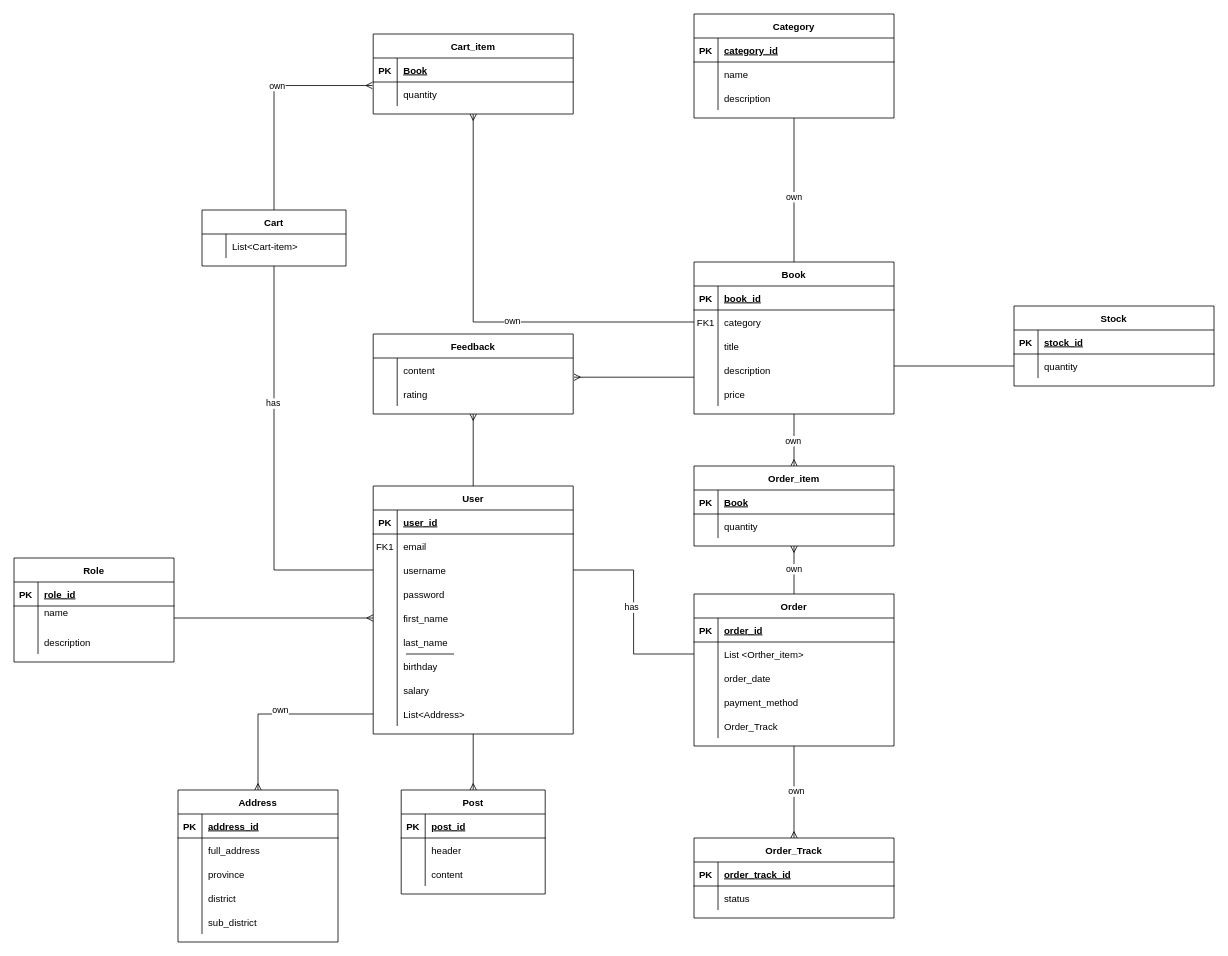
This is Untitled Diagram.drawio from Bisoo12300/web_project_ERD, a draw.io file, before an edit. Source tidied: cells renumbered, new cells numbered last; positions are measured from the earlier drawing's top-left corner, leaving out a move shared by most shapes. Both pictures are drawn from the tidied source at 80%, with x=0, y=0 at pixel (14, 14).
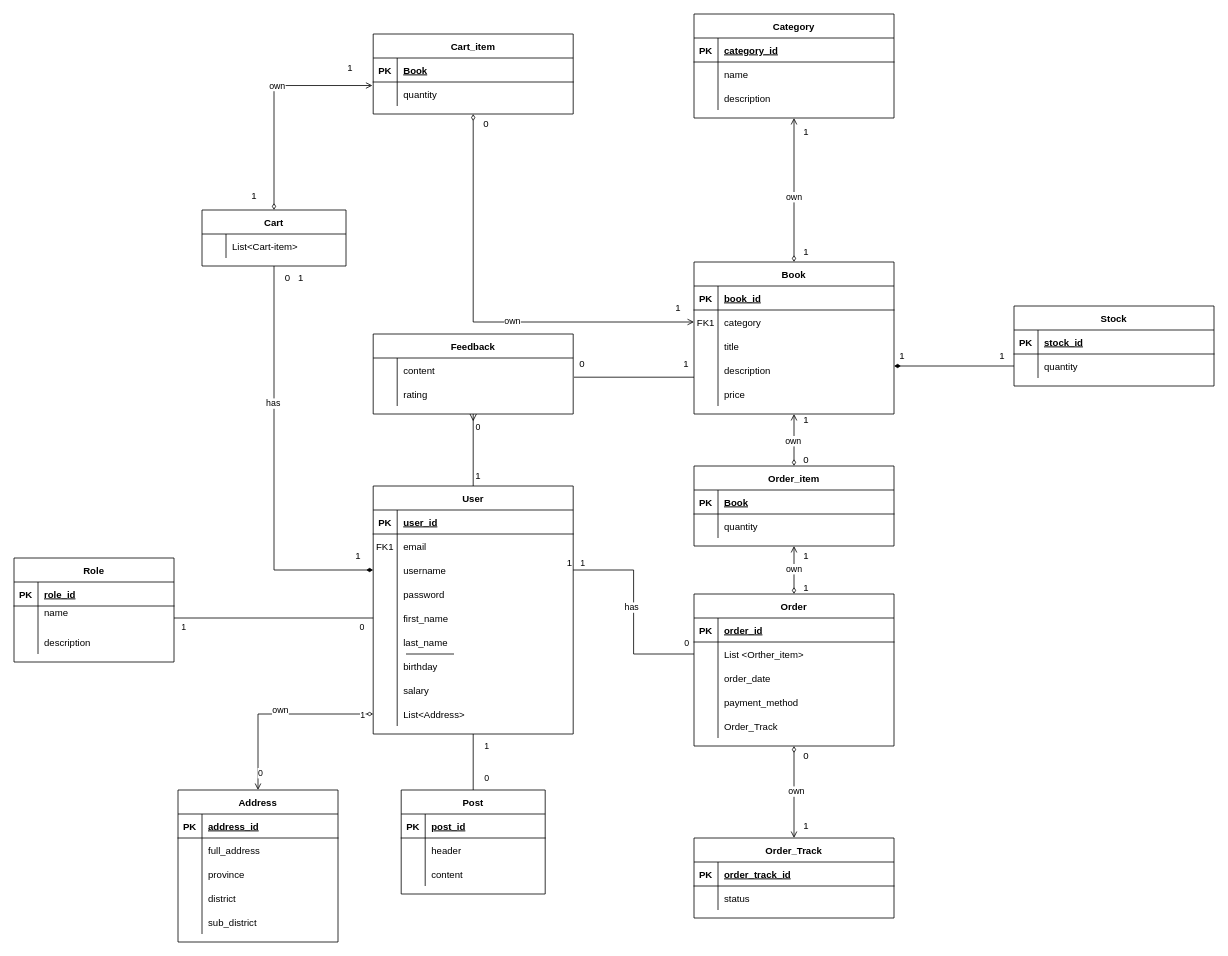
After the change.

Commit message:
tra lai nhu cu, dit me m nguyen

The change refers to these unchanged cells:
```xml
<mxCell id="2" value="User" style="shape=table;startSize=30;childLayout=tableLayout;rowLines=0;fontStyle=1;align=center;" parent="1" vertex="1">
  <mxGeometry x="449" y="590" width="250" height="310" as="geometry" />
</mxCell>
<mxCell id="9" style="shape=partialRectangle;fillColor=none;points=[[0,0.5],[1,0.5]];portConstraint=eastwest;top=0;left=0;right=0;bottom=0;" parent="2" vertex="1">
  <mxGeometry y="90" width="250" height="30" as="geometry" />
</mxCell>
<mxCell id="15" style="shape=partialRectangle;fillColor=none;points=[[0,0.5],[1,0.5]];portConstraint=eastwest;top=0;left=0;right=0;bottom=0;" parent="2" vertex="1">
  <mxGeometry y="150" width="250" height="30" as="geometry" />
</mxCell>
<mxCell id="27" style="shape=partialRectangle;fillColor=none;points=[[0,0.5],[1,0.5]];portConstraint=eastwest;top=0;left=0;right=0;bottom=0;" parent="2" vertex="1">
  <mxGeometry y="270" width="250" height="30" as="geometry" />
</mxCell>
<mxCell id="34" style="shape=partialRectangle;fillColor=none;points=[[0,0.5],[1,0.5]];portConstraint=eastwest;top=0;left=0;right=0;bottom=0;" parent="30" vertex="1">
  <mxGeometry y="60" width="200" height="30" as="geometry" />
</mxCell>
<mxCell id="40" value="Address" style="shape=table;startSize=30;childLayout=tableLayout;rowLines=0;fontStyle=1;align=center;" parent="1" vertex="1">
  <mxGeometry x="205" y="970" width="200" height="190" as="geometry" />
</mxCell>
<mxCell id="56" value="Post" style="shape=table;startSize=30;childLayout=tableLayout;rowLines=0;fontStyle=1;align=center;" parent="1" vertex="1">
  <mxGeometry x="484" y="970" width="180" height="130" as="geometry" />
</mxCell>
<mxCell id="73" value="Book" style="shape=table;startSize=30;childLayout=tableLayout;rowLines=0;fontStyle=1;align=center;" parent="1" vertex="1">
  <mxGeometry x="850" y="310" width="250" height="190" as="geometry" />
</mxCell>
<mxCell id="77" style="shape=partialRectangle;fillColor=none;points=[[0,0.5],[1,0.5]];portConstraint=eastwest;top=0;left=0;right=0;bottom=0;" parent="73" vertex="1">
  <mxGeometry y="60" width="250" height="30" as="geometry" />
</mxCell>
<mxCell id="89" value="Cart" style="shape=table;startSize=30;childLayout=tableLayout;rowLines=0;fontStyle=1;align=center;" parent="1" vertex="1">
  <mxGeometry x="235" y="245" width="180" height="70" as="geometry" />
</mxCell>
<mxCell id="93" value="Cart_item" style="shape=table;startSize=30;childLayout=tableLayout;rowLines=0;fontStyle=1;align=center;" parent="1" vertex="1">
  <mxGeometry x="449" y="25" width="250" height="100" as="geometry" />
</mxCell>
<mxCell id="97" style="shape=partialRectangle;fillColor=none;points=[[0,0.5],[1,0.5]];portConstraint=eastwest;top=0;left=0;right=0;bottom=0;" parent="93" vertex="1">
  <mxGeometry y="60" width="250" height="30" as="geometry" />
</mxCell>
<mxCell id="114" style="shape=partialRectangle;fillColor=none;points=[[0,0.5],[1,0.5]];portConstraint=eastwest;top=0;left=0;right=0;bottom=0;" parent="110" vertex="1">
  <mxGeometry y="60" width="250" height="30" as="geometry" />
</mxCell>
<mxCell id="117" value="Order_item" style="shape=table;startSize=30;childLayout=tableLayout;rowLines=0;fontStyle=1;align=center;" parent="1" vertex="1">
  <mxGeometry x="850" y="565" width="250" height="100" as="geometry" />
</mxCell>
<mxCell id="124" value="Order" style="shape=table;startSize=30;childLayout=tableLayout;rowLines=0;fontStyle=1;align=center;" parent="1" vertex="1">
  <mxGeometry x="850" y="725" width="250" height="190" as="geometry" />
</mxCell>
<mxCell id="140" value="Order_Track" style="shape=table;startSize=30;childLayout=tableLayout;rowLines=0;fontStyle=1;align=center;" parent="1" vertex="1">
  <mxGeometry x="850" y="1030" width="250" height="100" as="geometry" />
</mxCell>
<mxCell id="149" style="fontSize=12;html=1;endArrow=ERmany;rounded=0;exitX=0.5;exitY=0;exitDx=0;exitDy=0;entryX=0.5;entryY=1;entryDx=0;entryDy=0;" parent="1" edge="1" source="2" target="66">
  <mxGeometry relative="1" as="geometry" />
</mxCell>
<mxCell id="156" style="endArrow=none;html=1;rounded=0;entryX=1;entryY=0.5;entryDx=0;entryDy=0;exitX=0;exitY=0.5;exitDx=0;exitDy=0;edgeStyle=orthogonalEdgeStyle;" parent="1" edge="1" source="128" target="9">
  <mxGeometry relative="1" as="geometry" />
</mxCell>
```

The edit, as a diff of the source:
```diff
@@
-    <mxCell id="147" style="edgeStyle=orthogonalEdgeStyle;fontSize=12;html=1;endArrow=ERmany;rounded=0;startArrow=none;startFill=0;endFill=0;" parent="1" edge="1" source="27" target="40">
+    <mxCell id="147" style="edgeStyle=orthogonalEdgeStyle;fontSize=12;html=1;endArrow=open;rounded=0;startArrow=diamondThin;startFill=0;endFill=0;" parent="1" edge="1" source="27" target="40">
       <mxGeometry relative="1" as="geometry" />
     </mxCell>
@@
+    <mxCell id="171" value="0" style="edgeLabel;html=1;align=center;verticalAlign=middle;" parent="147" vertex="1">
+      <mxGeometry x="0.82" y="1" relative="1" as="geometry">
+        <mxPoint x="1" as="offset" />
+      </mxGeometry>
+    </mxCell>
+    <mxCell id="172" value="1" style="edgeLabel;html=1;align=center;verticalAlign=middle;" parent="147" vertex="1">
+      <mxGeometry x="-0.88" relative="1" as="geometry" />
+    </mxCell>
@@
+    <mxCell id="173" value="0" style="edgeLabel;html=1;align=center;verticalAlign=middle;" parent="149" vertex="1">
+      <mxGeometry x="0.69" y="-5" relative="1" as="geometry">
+        <mxPoint y="1" as="offset" />
+      </mxGeometry>
+    </mxCell>
-    <mxCell id="150" style="fontSize=12;html=1;endArrow=ERmany;endFill=0;rounded=0;exitX=0.5;exitY=1;exitDx=0;exitDy=0;entryX=0.5;entryY=0;entryDx=0;entryDy=0;startArrow=none;startFill=0;" parent="1" edge="1" source="124" target="140">
+    <mxCell id="150" style="fontSize=12;html=1;endArrow=open;endFill=0;rounded=0;exitX=0.5;exitY=1;exitDx=0;exitDy=0;entryX=0.5;entryY=0;entryDx=0;entryDy=0;startArrow=diamondThin;startFill=0;" parent="1" edge="1" source="124" target="140">
       <mxGeometry relative="1" as="geometry" />
     </mxCell>
@@
-    <mxCell id="152" style="fontSize=12;html=1;endArrow=ERmany;startArrow=none;rounded=0;entryX=0.5;entryY=1;entryDx=0;entryDy=0;exitX=0.5;exitY=0;exitDx=0;exitDy=0;startFill=0;endFill=0;" parent="1" edge="1" source="124" target="117">
+    <mxCell id="152" style="fontSize=12;html=1;endArrow=open;startArrow=diamondThin;rounded=0;entryX=0.5;entryY=1;entryDx=0;entryDy=0;exitX=0.5;exitY=0;exitDx=0;exitDy=0;startFill=0;endFill=0;" parent="1" edge="1" source="124" target="117">
       <mxGeometry relative="1" as="geometry" />
     </mxCell>
@@
-    <mxCell id="154" style="fontSize=12;html=1;endArrow=none;endFill=0;rounded=0;exitX=0.5;exitY=0;exitDx=0;exitDy=0;startArrow=ERmany;startFill=0;" parent="1" edge="1" source="117">
+    <mxCell id="154" style="fontSize=12;html=1;endArrow=open;endFill=0;rounded=0;exitX=0.5;exitY=0;exitDx=0;exitDy=0;startArrow=diamondThin;startFill=0;" parent="1" edge="1" source="117">
       <mxGeometry relative="1" as="geometry">
         <mxPoint x="975" y="500" as="targetPoint" />
       </mxGeometry>
     </mxCell>
@@
+    <mxCell id="174" value="1" style="html=1;whiteSpace=wrap;align=right;verticalAlign=bottom;" parent="156" vertex="1">
+      <mxGeometry x="1" relative="1" as="geometry" />
+    </mxCell>
@@
+    <mxCell id="175" value="1" style="edgeLabel;html=1;align=center;verticalAlign=middle;" parent="156" vertex="1">
+      <mxGeometry x="0.7" y="-3" relative="1" as="geometry">
+        <mxPoint x="-27" y="-7" as="offset" />
+      </mxGeometry>
+    </mxCell>
+    <mxCell id="176" value="0" style="edgeLabel;html=1;align=center;verticalAlign=middle;" parent="156" vertex="1">
+      <mxGeometry x="-0.74" relative="1" as="geometry">
+        <mxPoint x="23" y="-15" as="offset" />
+      </mxGeometry>
+    </mxCell>
-    <mxCell id="158" style="endArrow=ERmany;html=1;rounded=0;endFill=0;" parent="1" edge="1" source="34" target="15">
+    <mxCell id="158" style="endArrow=none;html=1;rounded=0;" parent="1" edge="1" source="34" target="15">
       <mxGeometry relative="1" as="geometry" />
     </mxCell>
+    <mxCell id="177" value="1" style="edgeLabel;html=1;align=center;verticalAlign=middle;" parent="158" vertex="1">
+      <mxGeometry x="-0.81" y="-1" relative="1" as="geometry">
+        <mxPoint x="-13" y="9" as="offset" />
+      </mxGeometry>
+    </mxCell>
+    <mxCell id="178" value="0" style="edgeLabel;html=1;align=center;verticalAlign=middle;" parent="158" vertex="1">
+      <mxGeometry x="0.88" relative="1" as="geometry">
+        <mxPoint y="10" as="offset" />
+      </mxGeometry>
+    </mxCell>
@@
-    <mxCell id="160" style="endArrow=ERmany;html=1;rounded=0;exitX=0.5;exitY=1;exitDx=0;exitDy=0;entryX=0.5;entryY=0;entryDx=0;entryDy=0;endFill=0;" parent="1" edge="1" source="2" target="56">
+    <mxCell id="160" style="endArrow=none;html=1;rounded=0;exitX=0.5;exitY=1;exitDx=0;exitDy=0;entryX=0.5;entryY=0;entryDx=0;entryDy=0;" parent="1" edge="1" source="2" target="56">
       <mxGeometry relative="1" as="geometry" />
     </mxCell>
+    <mxCell id="179" value="1" style="edgeLabel;html=1;align=center;verticalAlign=middle;" parent="160" vertex="1">
+      <mxGeometry x="-0.6" y="1" relative="1" as="geometry">
+        <mxPoint x="15" as="offset" />
+      </mxGeometry>
+    </mxCell>
+    <mxCell id="180" value="0" style="edgeLabel;html=1;align=center;verticalAlign=middle;" parent="160" vertex="1">
+      <mxGeometry x="0.55" y="2" relative="1" as="geometry">
+        <mxPoint x="14" as="offset" />
+      </mxGeometry>
+    </mxCell>
-    <mxCell id="161" style="endArrow=none;html=1;rounded=0;startArrow=ERmany;startFill=0;" parent="1" edge="1">
+    <mxCell id="161" style="endArrow=none;html=1;rounded=0;" parent="1" edge="1">
       <mxGeometry relative="1" as="geometry">
         <mxPoint x="700" y="454" as="sourcePoint" />
         <mxPoint x="850" y="454" as="targetPoint" />
       </mxGeometry>
     </mxCell>
-    <mxCell id="162" style="endArrow=none;html=1;rounded=0;exitX=0.5;exitY=0;exitDx=0;exitDy=0;startArrow=none;startFill=0;endFill=0;" parent="1" edge="1" source="73">
+    <mxCell id="162" style="endArrow=open;html=1;rounded=0;exitX=0.5;exitY=0;exitDx=0;exitDy=0;startArrow=diamondThin;startFill=0;endFill=0;" parent="1" edge="1" source="73">
       <mxGeometry relative="1" as="geometry">
         <mxPoint x="975" y="130" as="targetPoint" />
       </mxGeometry>
     </mxCell>
@@
-    <mxCell id="164" style="endArrow=ERmany;html=1;rounded=0;entryX=0.5;entryY=1;entryDx=0;entryDy=0;exitX=0;exitY=0.5;exitDx=0;exitDy=0;edgeStyle=orthogonalEdgeStyle;startArrow=none;startFill=0;endFill=0;" parent="1" edge="1" source="77" target="93">
+    <mxCell id="164" style="endArrow=diamondThin;html=1;rounded=0;entryX=0.5;entryY=1;entryDx=0;entryDy=0;exitX=0;exitY=0.5;exitDx=0;exitDy=0;edgeStyle=orthogonalEdgeStyle;startArrow=open;startFill=0;endFill=0;" parent="1" edge="1" source="77" target="93">
       <mxGeometry relative="1" as="geometry" />
     </mxCell>
@@
+    <mxCell id="181" value="1" style="text;html=1;align=center;verticalAlign=middle;strokeColor=none;fillColor=none;" parent="1" vertex="1">
+      <mxGeometry x="815" y="353" width="30" height="30" as="geometry" />
+    </mxCell>
+    <mxCell id="182" value="0" style="text;html=1;align=center;verticalAlign=middle;strokeColor=none;fillColor=none;" parent="1" vertex="1">
+      <mxGeometry x="575" y="123" width="30" height="30" as="geometry" />
+    </mxCell>
+    <mxCell id="183" value="0" style="text;html=1;align=center;verticalAlign=middle;strokeColor=none;fillColor=none;" parent="1" vertex="1">
+      <mxGeometry x="695" y="423" width="30" height="30" as="geometry" />
+    </mxCell>
+    <mxCell id="184" value="1" style="text;html=1;align=center;verticalAlign=middle;strokeColor=none;fillColor=none;" parent="1" vertex="1">
+      <mxGeometry x="825" y="423" width="30" height="30" as="geometry" />
+    </mxCell>
+    <mxCell id="185" value="1" style="text;html=1;align=center;verticalAlign=middle;strokeColor=none;fillColor=none;" parent="1" vertex="1">
+      <mxGeometry x="565" y="563" width="30" height="30" as="geometry" />
+    </mxCell>
-    <mxCell id="166" style="endArrow=none;html=1;rounded=0;exitX=0.5;exitY=1;exitDx=0;exitDy=0;entryX=0;entryY=0.5;entryDx=0;entryDy=0;edgeStyle=orthogonalEdgeStyle;endFill=0;" parent="1" edge="1" source="89" target="9">
+    <mxCell id="166" style="endArrow=diamondThin;html=1;rounded=0;exitX=0.5;exitY=1;exitDx=0;exitDy=0;entryX=0;entryY=0.5;entryDx=0;entryDy=0;edgeStyle=orthogonalEdgeStyle;endFill=1;" parent="1" edge="1" source="89" target="9">
       <mxGeometry relative="1" as="geometry" />
     </mxCell>
@@
+    <mxCell id="186" value="1" style="text;html=1;align=center;verticalAlign=middle;strokeColor=none;fillColor=none;" parent="1" vertex="1">
+      <mxGeometry x="415" y="663" width="30" height="30" as="geometry" />
+    </mxCell>
+    <mxCell id="187" value="0&amp;nbsp; &amp;nbsp;1" style="text;html=1;align=center;verticalAlign=middle;strokeColor=none;fillColor=none;" parent="1" vertex="1">
+      <mxGeometry x="325" y="315" width="50" height="30" as="geometry" />
+    </mxCell>
-    <mxCell id="168" style="endArrow=ERmany;html=1;rounded=0;entryX=-0.004;entryY=0.147;entryDx=0;entryDy=0;entryPerimeter=0;exitX=0.5;exitY=0;exitDx=0;exitDy=0;edgeStyle=orthogonalEdgeStyle;startArrow=none;startFill=0;endFill=0;" parent="1" edge="1" source="89" target="97">
+    <mxCell id="168" style="endArrow=open;html=1;rounded=0;entryX=-0.004;entryY=0.147;entryDx=0;entryDy=0;entryPerimeter=0;exitX=0.5;exitY=0;exitDx=0;exitDy=0;edgeStyle=orthogonalEdgeStyle;startArrow=diamondThin;startFill=0;endFill=0;" parent="1" edge="1" source="89" target="97">
       <mxGeometry relative="1" as="geometry" />
     </mxCell>
@@
+    <mxCell id="188" value="1" style="text;html=1;align=center;verticalAlign=middle;strokeColor=none;fillColor=none;" parent="1" vertex="1">
+      <mxGeometry x="285" y="213" width="30" height="30" as="geometry" />
+    </mxCell>
+    <mxCell id="189" value="1" style="text;html=1;align=center;verticalAlign=middle;strokeColor=none;fillColor=none;" parent="1" vertex="1">
+      <mxGeometry x="405" y="53" width="30" height="30" as="geometry" />
+    </mxCell>
+    <mxCell id="190" value="1" style="text;html=1;align=center;verticalAlign=middle;strokeColor=none;fillColor=none;" parent="1" vertex="1">
+      <mxGeometry x="975" y="493" width="30" height="30" as="geometry" />
+    </mxCell>
+    <mxCell id="191" value="0" style="text;html=1;align=center;verticalAlign=middle;strokeColor=none;fillColor=none;" parent="1" vertex="1">
+      <mxGeometry x="975" y="543" width="30" height="30" as="geometry" />
+    </mxCell>
-    <mxCell id="170" style="endArrow=none;html=1;rounded=0;entryX=0;entryY=0.5;entryDx=0;entryDy=0;startArrow=none;startFill=0;" parent="1" edge="1" target="114">
+    <mxCell id="170" style="endArrow=none;html=1;rounded=0;entryX=0;entryY=0.5;entryDx=0;entryDy=0;startArrow=diamondThin;startFill=1;" parent="1" edge="1" target="114">
       <mxGeometry relative="1" as="geometry">
         <mxPoint x="1100" y="440" as="sourcePoint" />
       </mxGeometry>
     </mxCell>
+    <mxCell id="192" value="1" style="text;html=1;align=center;verticalAlign=middle;strokeColor=none;fillColor=none;" parent="1" vertex="1">
+      <mxGeometry x="1095" y="413" width="30" height="30" as="geometry" />
+    </mxCell>
+    <mxCell id="193" value="1" style="text;html=1;align=center;verticalAlign=middle;strokeColor=none;fillColor=none;" parent="1" vertex="1">
+      <mxGeometry x="1220" y="413" width="30" height="30" as="geometry" />
+    </mxCell>
+    <mxCell id="194" value="0" style="text;html=1;align=center;verticalAlign=middle;strokeColor=none;fillColor=none;" parent="1" vertex="1">
+      <mxGeometry x="975" y="913" width="30" height="30" as="geometry" />
+    </mxCell>
+    <mxCell id="195" value="1" style="text;html=1;align=center;verticalAlign=middle;strokeColor=none;fillColor=none;" parent="1" vertex="1">
+      <mxGeometry x="975" y="1000" width="30" height="30" as="geometry" />
+    </mxCell>
+    <mxCell id="196" value="1" style="text;html=1;align=center;verticalAlign=middle;strokeColor=none;fillColor=none;" parent="1" vertex="1">
+      <mxGeometry x="975" y="703" width="30" height="30" as="geometry" />
+    </mxCell>
+    <mxCell id="197" value="1" style="text;html=1;align=center;verticalAlign=middle;strokeColor=none;fillColor=none;" parent="1" vertex="1">
+      <mxGeometry x="975" y="663" width="30" height="30" as="geometry" />
+    </mxCell>
+    <mxCell id="198" value="1" style="text;html=1;align=center;verticalAlign=middle;strokeColor=none;fillColor=none;" parent="1" vertex="1">
+      <mxGeometry x="975" y="133" width="30" height="30" as="geometry" />
+    </mxCell>
+    <mxCell id="199" value="1" style="text;html=1;align=center;verticalAlign=middle;strokeColor=none;fillColor=none;" parent="1" vertex="1">
+      <mxGeometry x="975" y="283" width="30" height="30" as="geometry" />
+    </mxCell>
```
